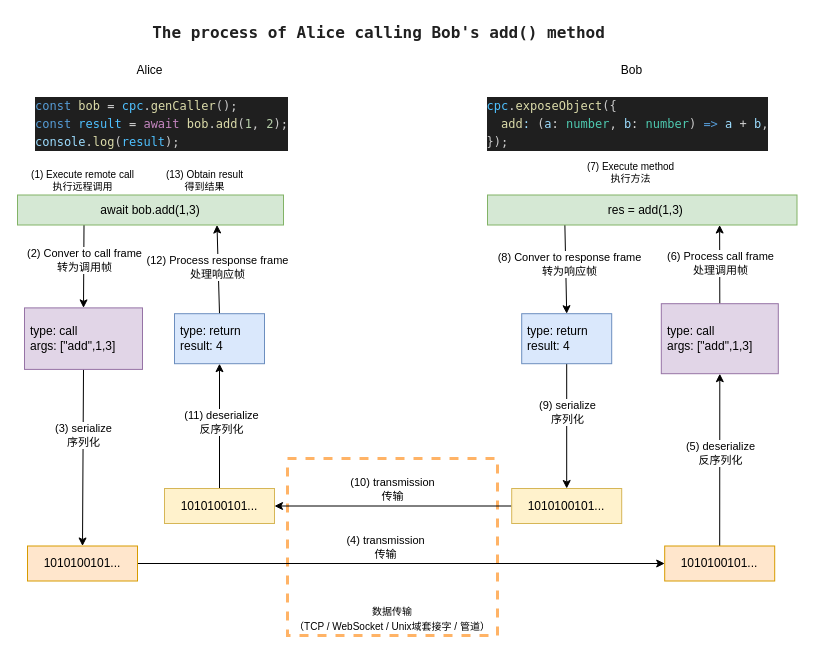
Above: docs/rpc.drawio in asnowc/cpcall (draw.io), before the change. Source tidied: cells renumbered, new cells numbered last; positions are measured from the earlier drawing's top-left corner, leaving out a move shared by most shapes. Both pictures are drawn from the tidied source at 100%, with x=0, y=0 at pixel (17, 17).
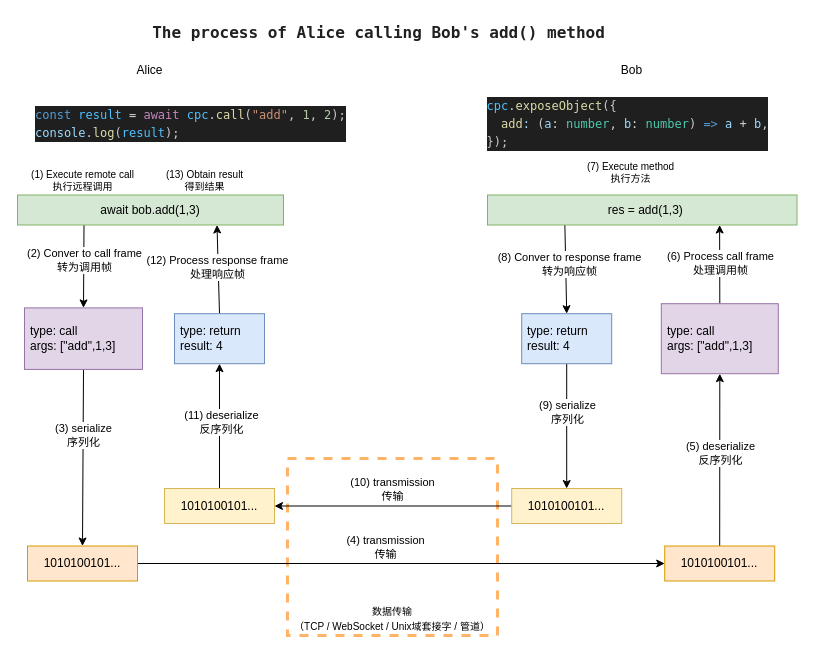
The same page after the edit.

Change to the diagram source:
```diff
@@
-    <mxCell id="38" value="&lt;div style=&quot;color: rgb(204, 204, 204); background-color: rgb(31, 31, 31); font-family: Menlo, Monaco, &amp;quot;Courier New&amp;quot;, monospace; line-height: 18px; font-size: 10px;&quot;&gt;&lt;div&gt;&lt;div style=&quot;color: rgb(204, 204, 204); font-size: 12px; line-height: 18px; white-space-collapse: preserve;&quot;&gt;&lt;div&gt;&lt;span style=&quot;color: #569cd6;&quot;&gt;const&lt;/span&gt;&lt;span style=&quot;color: #cccccc;&quot;&gt; &lt;/span&gt;&lt;span style=&quot;color: #dcdcaa;&quot;&gt;bob&lt;/span&gt;&lt;span style=&quot;color: #cccccc;&quot;&gt; &lt;/span&gt;&lt;span style=&quot;color: #d4d4d4;&quot;&gt;=&lt;/span&gt;&lt;span style=&quot;color: #cccccc;&quot;&gt; &lt;/span&gt;&lt;span style=&quot;color: #4fc1ff;&quot;&gt;cpc&lt;/span&gt;&lt;span style=&quot;color: #cccccc;&quot;&gt;.&lt;/span&gt;&lt;span style=&quot;color: #dcdcaa;&quot;&gt;genCaller&lt;/span&gt;&lt;span style=&quot;color: #cccccc;&quot;&gt;();&lt;/span&gt;&lt;/div&gt;&lt;div&gt;&lt;span style=&quot;color: #569cd6;&quot;&gt;const&lt;/span&gt;&lt;span style=&quot;color: #cccccc;&quot;&gt; &lt;/span&gt;&lt;span style=&quot;color: #4fc1ff;&quot;&gt;result&lt;/span&gt;&lt;span style=&quot;color: #cccccc;&quot;&gt; &lt;/span&gt;&lt;span style=&quot;color: #d4d4d4;&quot;&gt;=&lt;/span&gt;&lt;span style=&quot;color: #cccccc;&quot;&gt; &lt;/span&gt;&lt;span style=&quot;color: #c586c0;&quot;&gt;await&lt;/span&gt;&lt;span style=&quot;color: #cccccc;&quot;&gt; &lt;/span&gt;&lt;span style=&quot;color: #dcdcaa;&quot;&gt;bob&lt;/span&gt;&lt;span style=&quot;color: #cccccc;&quot;&gt;.&lt;/span&gt;&lt;span style=&quot;color: #dcdcaa;&quot;&gt;add&lt;/span&gt;&lt;span style=&quot;color: #cccccc;&quot;&gt;(&lt;/span&gt;&lt;span style=&quot;color: #b5cea8;&quot;&gt;1&lt;/span&gt;&lt;span style=&quot;color: #cccccc;&quot;&gt;, &lt;/span&gt;&lt;span style=&quot;color: #b5cea8;&quot;&gt;2&lt;/span&gt;&lt;span style=&quot;color: #cccccc;&quot;&gt;);&lt;/span&gt;&lt;/div&gt;&lt;div&gt;&lt;span style=&quot;color: #9cdcfe;&quot;&gt;console&lt;/span&gt;&lt;span style=&quot;color: #cccccc;&quot;&gt;.&lt;/span&gt;&lt;span style=&quot;color: #dcdcaa;&quot;&gt;log&lt;/span&gt;&lt;span style=&quot;color: #cccccc;&quot;&gt;(&lt;/span&gt;&lt;span style=&quot;color: #4fc1ff;&quot;&gt;result&lt;/span&gt;&lt;span style=&quot;color: #cccccc;&quot;&gt;);&lt;/span&gt;&lt;/div&gt;&lt;/div&gt;&lt;/div&gt;&lt;/div&gt;" style="text;html=1;align=left;verticalAlign=middle;strokeColor=none;fillColor=none;fontSize=11;fontColor=default;spacingLeft=3;" parent="1" vertex="1">
+    <mxCell id="38" value="&lt;div style=&quot;color: rgb(204, 204, 204); background-color: rgb(31, 31, 31); font-family: Menlo, Monaco, &amp;quot;Courier New&amp;quot;, monospace; line-height: 18px; font-size: 10px;&quot;&gt;&lt;div&gt;&lt;div style=&quot;color: rgb(204, 204, 204); font-size: 12px; line-height: 18px; white-space-collapse: preserve;&quot;&gt;&lt;div&gt;&lt;span style=&quot;color: #569cd6;&quot;&gt;const&lt;/span&gt;&lt;span style=&quot;color: #cccccc;&quot;&gt; &lt;/span&gt;&lt;span style=&quot;color: #4fc1ff;&quot;&gt;result&lt;/span&gt;&lt;span style=&quot;color: #cccccc;&quot;&gt; &lt;/span&gt;&lt;span style=&quot;color: #d4d4d4;&quot;&gt;=&lt;/span&gt;&lt;span style=&quot;color: #cccccc;&quot;&gt; &lt;/span&gt;&lt;span style=&quot;color: #c586c0;&quot;&gt;await&lt;/span&gt;&lt;span style=&quot;color: #cccccc;&quot;&gt; &lt;/span&gt;&lt;span style=&quot;color: #4fc1ff;&quot;&gt;cpc&lt;/span&gt;&lt;span style=&quot;color: #cccccc;&quot;&gt;.&lt;/span&gt;&lt;span style=&quot;color: #dcdcaa;&quot;&gt;call&lt;/span&gt;&lt;span style=&quot;color: #cccccc;&quot;&gt;(&lt;/span&gt;&lt;span style=&quot;color: #ce9178;&quot;&gt;&quot;add&quot;&lt;/span&gt;&lt;span style=&quot;color: #cccccc;&quot;&gt;, &lt;/span&gt;&lt;span style=&quot;color: #b5cea8;&quot;&gt;1&lt;/span&gt;&lt;span style=&quot;color: #cccccc;&quot;&gt;, &lt;/span&gt;&lt;span style=&quot;color: #b5cea8;&quot;&gt;2&lt;/span&gt;&lt;span style=&quot;color: #cccccc;&quot;&gt;);&lt;/span&gt;&lt;/div&gt;&lt;div&gt;&lt;span style=&quot;color: #9cdcfe;&quot;&gt;console&lt;/span&gt;&lt;span style=&quot;color: #cccccc;&quot;&gt;.&lt;/span&gt;&lt;span style=&quot;color: #dcdcaa;&quot;&gt;log&lt;/span&gt;&lt;span style=&quot;color: #cccccc;&quot;&gt;(&lt;/span&gt;&lt;span style=&quot;color: #4fc1ff;&quot;&gt;result&lt;/span&gt;&lt;span style=&quot;color: #cccccc;&quot;&gt;);&lt;/span&gt;&lt;/div&gt;&lt;/div&gt;&lt;/div&gt;&lt;/div&gt;" style="text;html=1;align=left;verticalAlign=middle;strokeColor=none;fillColor=none;fontSize=11;fontColor=default;spacingLeft=3;" parent="1" vertex="1">
       <mxGeometry x="13" y="73" width="272" height="66" as="geometry" />
     </mxCell>
```
